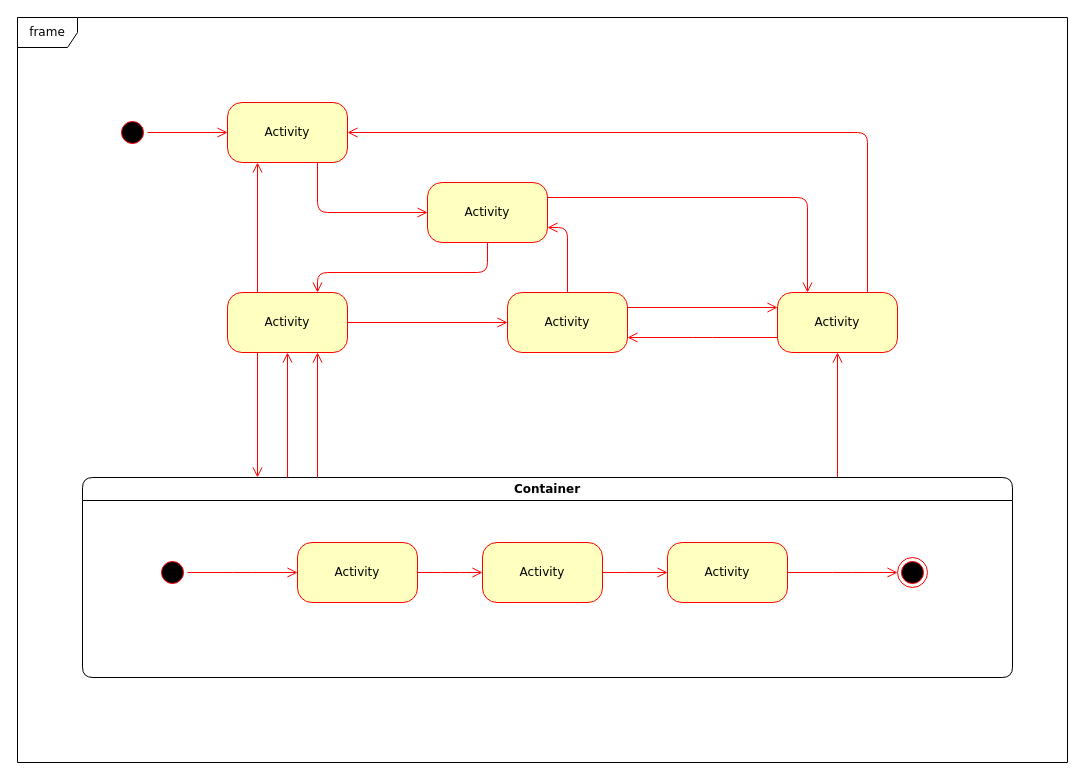
This is Bluetti-State.drawio from frickler24/diverses, a draw.io file, before an edit. Source tidied: cells renumbered, new cells numbered last; positions are measured from the earlier drawing's top-left corner, leaving out a move shared by most shapes. Both pictures are drawn from the tidied source at 100%, with x=0, y=0 at pixel (17, 17).
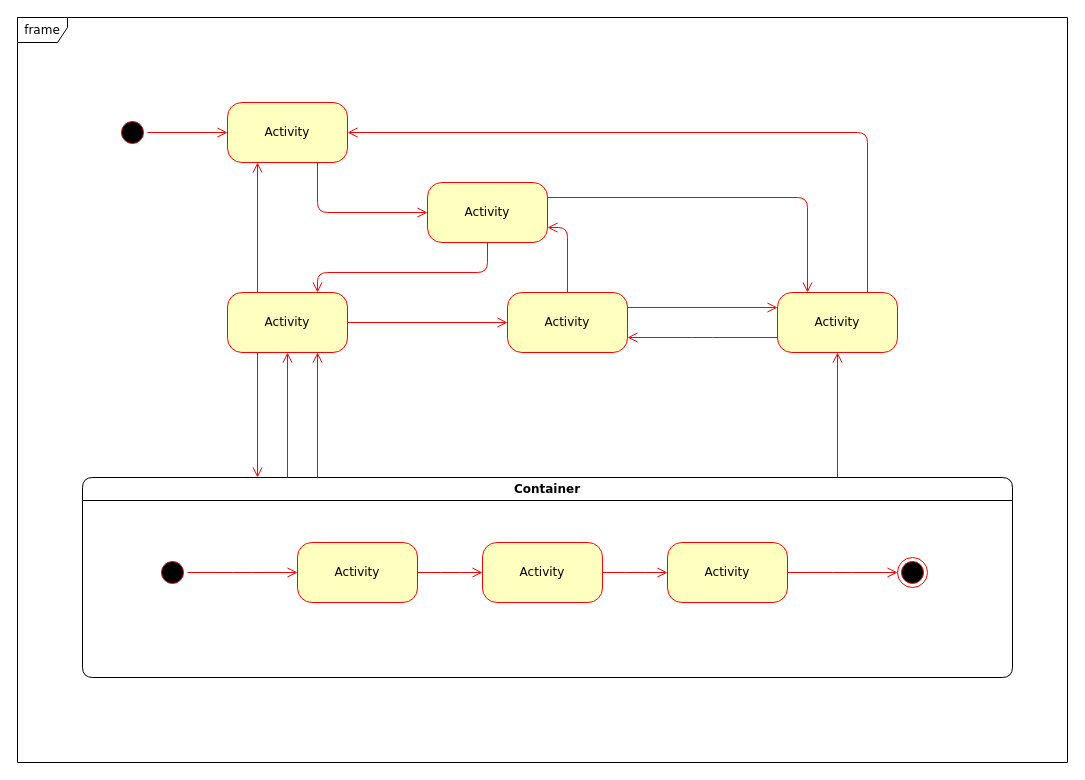
The same diagram, later.

The edit, as a diff of the source:
```diff
@@
-    <mxCell id="22" value="frame" style="shape=umlFrame;whiteSpace=wrap;html=1;rounded=1;shadow=0;comic=0;labelBackgroundColor=none;strokeWidth=1;fontFamily=Verdana;fontSize=12;align=center;" parent="1" vertex="1">
+    <mxCell id="22" value="frame" style="shape=umlFrame;whiteSpace=wrap;html=1;rounded=1;shadow=0;comic=0;labelBackgroundColor=none;strokeWidth=1;fontFamily=Verdana;fontSize=12;align=center;width=50;height=25;" parent="1" vertex="1">
       <mxGeometry width="1050" height="745" as="geometry" />
     </mxCell>
```
